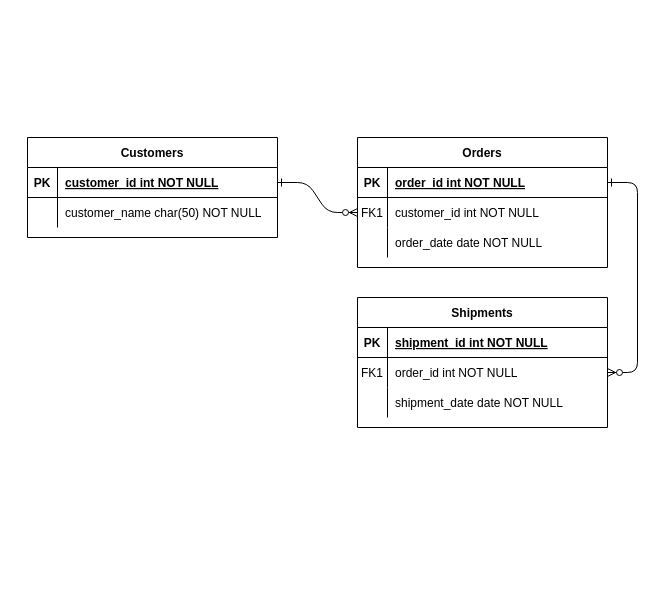
zaenal-abidin-syah/diagram keeps this draw.io diagram as design-basisdata.drawio. Above is the earlier version. Source tidied: cells renumbered, new cells numbered last; positions are measured from the earlier drawing's top-left corner, leaving out a move shared by most shapes. Both pictures are drawn from the tidied source at 100%, with x=0, y=0 at pixel (27, 137).
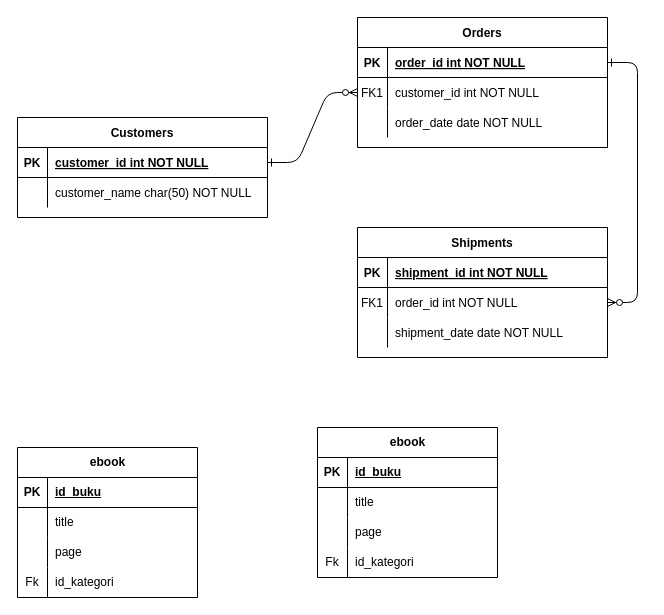
After the change.

What changed in the source:
```diff
@@
     <mxCell id="4" value="Orders" style="shape=table;startSize=30;childLayout=tableLayout;rowLines=0;fontStyle=1;align=center;" parent="1" vertex="1">
-      <mxGeometry x="330" width="250" height="130" as="geometry" />
+      <mxGeometry x="330" y="-120" width="250" height="130" as="geometry" />
     </mxCell>
@@
     <mxCell id="14" value="Shipments" style="shape=table;startSize=30;childLayout=tableLayout;rowLines=0;fontStyle=1;align=center;" parent="1" vertex="1">
-      <mxGeometry x="330" y="160" width="250" height="130" as="geometry" />
+      <mxGeometry x="330" y="90" width="250" height="130" as="geometry" />
     </mxCell>
@@
     <mxCell id="24" value="Customers" style="shape=table;startSize=30;childLayout=tableLayout;rowLines=0;fontStyle=1;align=center;" parent="1" vertex="1">
-      <mxGeometry width="250" height="100" as="geometry" />
+      <mxGeometry x="-10" y="-20" width="250" height="100" as="geometry" />
     </mxCell>
@@
+    <mxCell id="31" value="ebook" style="shape=table;startSize=30;childLayout=tableLayout;rowLines=0;fontStyle=1;align=center;html=1;" parent="1" vertex="1">
+      <mxGeometry x="-10" y="310" width="180" height="150" as="geometry" />
+    </mxCell>
+    <mxCell id="32" style="shape=tableRow;horizontal=0;startSize=0;swimlaneHead=0;swimlaneBody=0;fillColor=none;top=0;left=0;right=0;bottom=1;" parent="31" vertex="1">
+      <mxGeometry y="30" width="180" height="30" as="geometry" />
+    </mxCell>
+    <mxCell id="33" value="PK" style="shape=partialRectangle;fillColor=none;top=0;left=0;bottom=0;right=0;fontStyle=1;overflow=hidden;whiteSpace=wrap;html=1;" parent="32" vertex="1">
+      <mxGeometry width="30" height="30" as="geometry" />
+    </mxCell>
+    <mxCell id="34" value="id_buku" style="shape=partialRectangle;fillColor=none;top=0;left=0;bottom=0;right=0;align=left;spacingLeft=6;fontStyle=5;overflow=hidden;whiteSpace=wrap;html=1;" parent="32" vertex="1">
+      <mxGeometry x="30" width="150" height="30" as="geometry" />
+    </mxCell>
+    <mxCell id="35" style="shape=tableRow;horizontal=0;startSize=0;swimlaneHead=0;swimlaneBody=0;fillColor=none;top=0;left=0;right=0;bottom=0;" parent="31" vertex="1">
+      <mxGeometry y="60" width="180" height="30" as="geometry" />
+    </mxCell>
+    <mxCell id="36" style="shape=partialRectangle;fillColor=none;top=0;left=0;bottom=0;right=0;overflow=hidden;whiteSpace=wrap;html=1;" parent="35" vertex="1">
+      <mxGeometry width="30" height="30" as="geometry" />
+    </mxCell>
+    <mxCell id="37" value="title" style="shape=partialRectangle;fillColor=none;top=0;left=0;bottom=0;right=0;align=left;spacingLeft=6;overflow=hidden;whiteSpace=wrap;html=1;" parent="35" vertex="1">
+      <mxGeometry x="30" width="150" height="30" as="geometry" />
+    </mxCell>
+    <mxCell id="38" style="shape=tableRow;horizontal=0;startSize=0;swimlaneHead=0;swimlaneBody=0;fillColor=none;top=0;left=0;right=0;bottom=0;" parent="31" vertex="1">
+      <mxGeometry y="90" width="180" height="30" as="geometry" />
+    </mxCell>
+    <mxCell id="39" style="shape=partialRectangle;fillColor=none;top=0;left=0;bottom=0;right=0;overflow=hidden;whiteSpace=wrap;html=1;" parent="38" vertex="1">
+      <mxGeometry width="30" height="30" as="geometry" />
+    </mxCell>
+    <mxCell id="40" value="page" style="shape=partialRectangle;fillColor=none;top=0;left=0;bottom=0;right=0;align=left;spacingLeft=6;overflow=hidden;whiteSpace=wrap;html=1;" parent="38" vertex="1">
+      <mxGeometry x="30" width="150" height="30" as="geometry" />
+    </mxCell>
+    <mxCell id="41" style="shape=tableRow;horizontal=0;startSize=0;swimlaneHead=0;swimlaneBody=0;fillColor=none;top=0;left=0;right=0;bottom=0;" parent="31" vertex="1">
+      <mxGeometry y="120" width="180" height="30" as="geometry" />
+    </mxCell>
+    <mxCell id="42" value="Fk" style="shape=partialRectangle;fillColor=none;top=0;left=0;bottom=0;right=0;overflow=hidden;whiteSpace=wrap;html=1;" parent="41" vertex="1">
+      <mxGeometry width="30" height="30" as="geometry" />
+    </mxCell>
+    <mxCell id="43" value="id_kategori" style="shape=partialRectangle;fillColor=none;top=0;left=0;bottom=0;right=0;align=left;spacingLeft=6;overflow=hidden;whiteSpace=wrap;html=1;" parent="41" vertex="1">
+      <mxGeometry x="30" width="150" height="30" as="geometry" />
+    </mxCell>
+    <mxCell id="44" value="ebook" style="shape=table;startSize=30;childLayout=tableLayout;rowLines=0;fontStyle=1;align=center;html=1;" parent="1" vertex="1">
+      <mxGeometry x="290" y="290" width="180" height="150" as="geometry" />
+    </mxCell>
+    <mxCell id="45" style="shape=tableRow;horizontal=0;startSize=0;swimlaneHead=0;swimlaneBody=0;fillColor=none;top=0;left=0;right=0;bottom=1;" parent="44" vertex="1">
+      <mxGeometry y="30" width="180" height="30" as="geometry" />
+    </mxCell>
+    <mxCell id="46" value="PK" style="shape=partialRectangle;fillColor=none;top=0;left=0;bottom=0;right=0;fontStyle=1;overflow=hidden;whiteSpace=wrap;html=1;" parent="45" vertex="1">
+      <mxGeometry width="30" height="30" as="geometry" />
+    </mxCell>
+    <mxCell id="47" value="id_buku" style="shape=partialRectangle;fillColor=none;top=0;left=0;bottom=0;right=0;align=left;spacingLeft=6;fontStyle=5;overflow=hidden;whiteSpace=wrap;html=1;" parent="45" vertex="1">
+      <mxGeometry x="30" width="150" height="30" as="geometry" />
+    </mxCell>
+    <mxCell id="48" style="shape=tableRow;horizontal=0;startSize=0;swimlaneHead=0;swimlaneBody=0;fillColor=none;top=0;left=0;right=0;bottom=0;" parent="44" vertex="1">
+      <mxGeometry y="60" width="180" height="30" as="geometry" />
+    </mxCell>
+    <mxCell id="49" style="shape=partialRectangle;fillColor=none;top=0;left=0;bottom=0;right=0;overflow=hidden;whiteSpace=wrap;html=1;" parent="48" vertex="1">
+      <mxGeometry width="30" height="30" as="geometry" />
+    </mxCell>
+    <mxCell id="50" value="title" style="shape=partialRectangle;fillColor=none;top=0;left=0;bottom=0;right=0;align=left;spacingLeft=6;overflow=hidden;whiteSpace=wrap;html=1;" parent="48" vertex="1">
+      <mxGeometry x="30" width="150" height="30" as="geometry" />
+    </mxCell>
+    <mxCell id="51" style="shape=tableRow;horizontal=0;startSize=0;swimlaneHead=0;swimlaneBody=0;fillColor=none;top=0;left=0;right=0;bottom=0;" parent="44" vertex="1">
+      <mxGeometry y="90" width="180" height="30" as="geometry" />
+    </mxCell>
+    <mxCell id="52" style="shape=partialRectangle;fillColor=none;top=0;left=0;bottom=0;right=0;overflow=hidden;whiteSpace=wrap;html=1;" parent="51" vertex="1">
+      <mxGeometry width="30" height="30" as="geometry" />
+    </mxCell>
+    <mxCell id="53" value="page" style="shape=partialRectangle;fillColor=none;top=0;left=0;bottom=0;right=0;align=left;spacingLeft=6;overflow=hidden;whiteSpace=wrap;html=1;" parent="51" vertex="1">
+      <mxGeometry x="30" width="150" height="30" as="geometry" />
+    </mxCell>
+    <mxCell id="54" style="shape=tableRow;horizontal=0;startSize=0;swimlaneHead=0;swimlaneBody=0;fillColor=none;top=0;left=0;right=0;bottom=0;" parent="44" vertex="1">
+      <mxGeometry y="120" width="180" height="30" as="geometry" />
+    </mxCell>
+    <mxCell id="55" value="Fk" style="shape=partialRectangle;fillColor=none;top=0;left=0;bottom=0;right=0;overflow=hidden;whiteSpace=wrap;html=1;" parent="54" vertex="1">
+      <mxGeometry width="30" height="30" as="geometry" />
+    </mxCell>
+    <mxCell id="56" value="id_kategori" style="shape=partialRectangle;fillColor=none;top=0;left=0;bottom=0;right=0;align=left;spacingLeft=6;overflow=hidden;whiteSpace=wrap;html=1;" parent="54" vertex="1">
+      <mxGeometry x="30" width="150" height="30" as="geometry" />
+    </mxCell>
```
